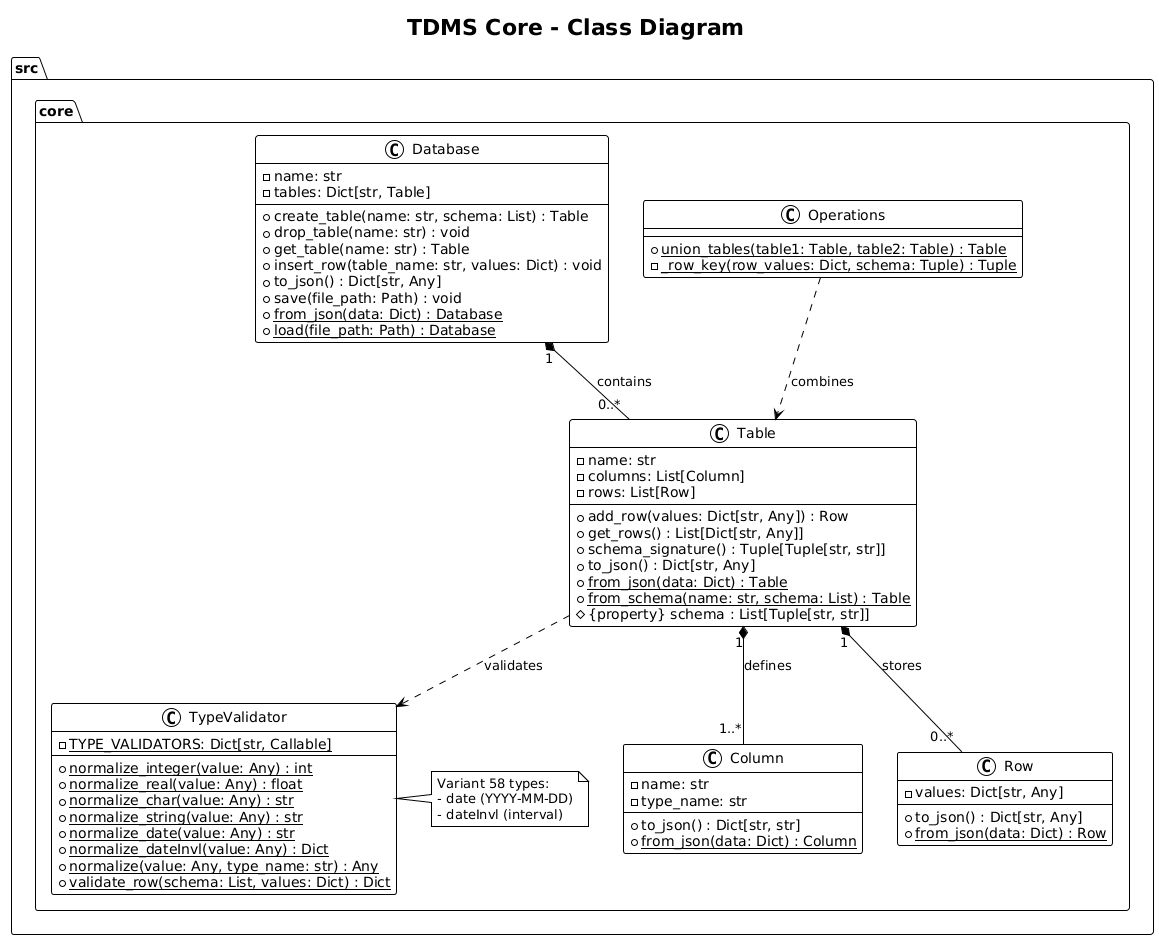
Before: UML/images/02_class_core.png, a diagram exported from PlantUML (PavelShpagin/TDMS).
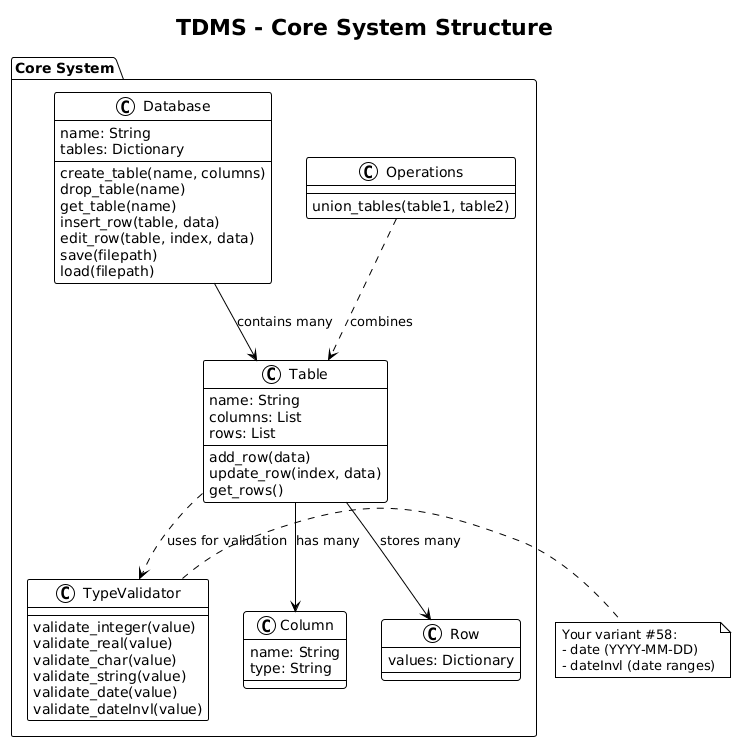
The same diagram one commit later.

Diff of the diagram source:
```diff
@@ -1,80 +1,65 @@
 @startuml
 !theme plain
-title TDMS Core - Class Diagram
+title TDMS - Core System Structure
 
-package "src.core" {
+package "Core System" {
   class Database {
-    - name: str
-    - tables: Dict[str, Table]
+    name: String
+    tables: Dictionary
     --
-    + create_table(name: str, schema: List) : Table
-    + drop_table(name: str) : void
-    + get_table(name: str) : Table
-    + insert_row(table_name: str, values: Dict) : void
-    + to_json() : Dict[str, Any]
-    + save(file_path: Path) : void
-    + {static} from_json(data: Dict) : Database
-    + {static} load(file_path: Path) : Database
+    create_table(name, columns)
+    drop_table(name)
+    get_table(name)
+    insert_row(table, data)
+    edit_row(table, index, data)
+    save(filepath)
+    load(filepath)
   }
 
   class Table {
-    - name: str
-    - columns: List[Column]
-    - rows: List[Row]
+    name: String
+    columns: List
+    rows: List
     --
-    + add_row(values: Dict[str, Any]) : Row
-    + get_rows() : List[Dict[str, Any]]
-    + schema_signature() : Tuple[Tuple[str, str]]
-    + to_json() : Dict[str, Any]
-    + {static} from_json(data: Dict) : Table
-    + {static} from_schema(name: str, schema: List) : Table
-    # {property} schema : List[Tuple[str, str]]
+    add_row(data)
+    update_row(index, data)
+    get_rows()
   }
 
   class Column {
-    - name: str
-    - type_name: str
-    --
-    + to_json() : Dict[str, str]
-    + {static} from_json(data: Dict) : Column
+    name: String
+    type: String
   }
 
   class Row {
-    - values: Dict[str, Any]
-    --
-    + to_json() : Dict[str, Any]
-    + {static} from_json(data: Dict) : Row
+    values: Dictionary
   }
 
   class TypeValidator {
-    - {static} TYPE_VALIDATORS: Dict[str, Callable]
     --
-    + {static} normalize_integer(value: Any) : int
-    + {static} normalize_real(value: Any) : float
-    + {static} normalize_char(value: Any) : str
-    + {static} normalize_string(value: Any) : str
-    + {static} normalize_date(value: Any) : str
-    + {static} normalize_dateInvl(value: Any) : Dict
-    + {static} normalize(value: Any, type_name: str) : Any
-    + {static} validate_row(schema: List, values: Dict) : Dict
+    validate_integer(value)
+    validate_real(value)
+    validate_char(value)
+    validate_string(value)
+    validate_date(value)
+    validate_dateInvl(value)
   }
 
   class Operations {
     --
-    + {static} union_tables(table1: Table, table2: Table) : Table
-    - {static} _row_key(row_values: Dict, schema: Tuple) : Tuple
+    union_tables(table1, table2)
   }
+}
 
-  Database "1" *-- "0..*" Table : contains
-  Table "1" *-- "1..*" Column : defines
-  Table "1" *-- "0..*" Row : stores
-  Table ..> TypeValidator : validates
-  Operations ..> Table : combines
+Database --> Table : contains many
+Table --> Column : has many
+Table --> Row : stores many
+Table ..> TypeValidator : uses for validation
+Operations ..> Table : combines
 
-  note right of TypeValidator
-    Variant 58 types:
-    - date (YYYY-MM-DD)
-    - dateInvl (interval)
-  end note
-}
+note right of TypeValidator
+  Your variant #58:
+  - date (YYYY-MM-DD)
+  - dateInvl (date ranges)
+end note
 @enduml
```
